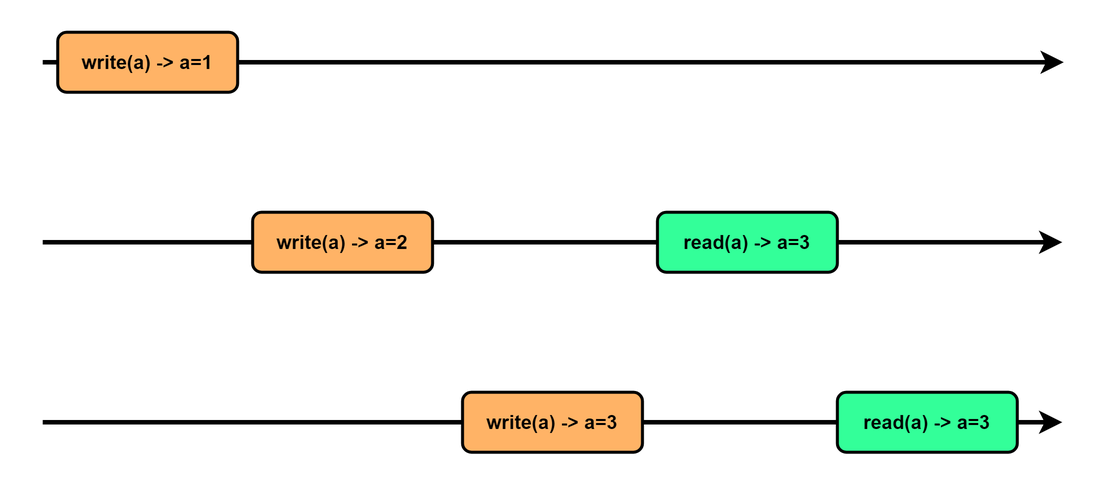
maling-one/img keeps this draw.io diagram as rpc/linearizability.png. Above is the earlier version. Source tidied: cells renumbered, new cells last; positions are measured from the earlier drawing's top-left corner, leaving out a move shared by most shapes.
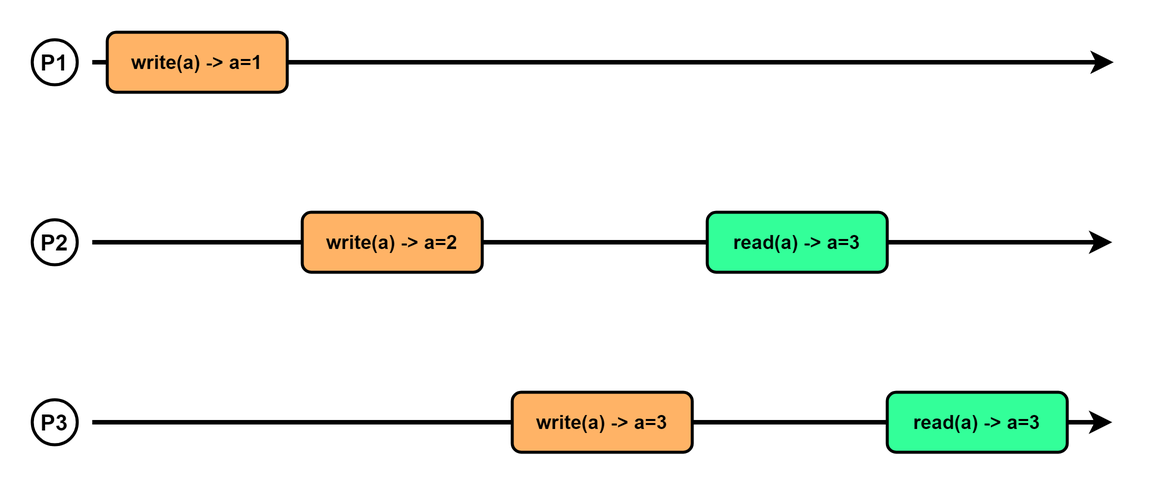
The same file after the commit.

Diff of the diagram source:
```diff
@@ -43,5 +43,14 @@
     <mxCell id="11" value="&lt;b&gt;&lt;font style=&quot;font-size: 13px&quot;&gt;read(a) -&amp;gt; a=3&lt;/font&gt;&lt;/b&gt;" style="rounded=1;whiteSpace=wrap;html=1;fillColor=#33FF99;" parent="1" vertex="1">
       <mxGeometry x="530" y="240" width="120" height="40" as="geometry" />
     </mxCell>
+    <mxCell id="12" value="&lt;b&gt;&lt;font style=&quot;font-size: 15px&quot;&gt;P1&lt;/font&gt;&lt;/b&gt;" style="ellipse;whiteSpace=wrap;html=1;" parent="1" vertex="1">
+      <mxGeometry x="-40" y="5" width="30" height="30" as="geometry" />
+    </mxCell>
+    <mxCell id="13" value="&lt;b&gt;&lt;font style=&quot;font-size: 15px&quot;&gt;P2&lt;/font&gt;&lt;/b&gt;" style="ellipse;whiteSpace=wrap;html=1;" parent="1" vertex="1">
+      <mxGeometry x="-40" y="125" width="30" height="30" as="geometry" />
+    </mxCell>
+    <mxCell id="14" value="&lt;b&gt;&lt;font style=&quot;font-size: 15px&quot;&gt;P3&lt;/font&gt;&lt;/b&gt;" style="ellipse;whiteSpace=wrap;html=1;" parent="1" vertex="1">
+      <mxGeometry x="-40" y="245" width="30" height="30" as="geometry" />
+    </mxCell>
   </root>
 </mxGraphModel>
```
